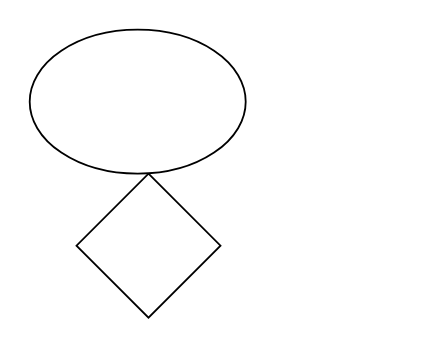
fpucorbier/test-drawio keeps this draw.io diagram as Diagramme sans nom.drawio. Above is the earlier version. Source tidied: cells renumbered, new cells numbered last; positions are measured from the earlier drawing's top-left corner, leaving out a move shared by most shapes. Both pictures are drawn from the tidied source at 180%, with x=0, y=0 at pixel (29, 29).
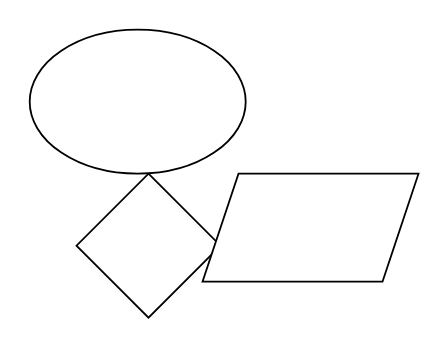
After the change.

Commit message (it also covers changes not shown here):
Mettre à jour Diagramme sans nom.drawio

Diff of the diagram source:
```diff
@@
 <mxGraphModel>
   <root>
     <mxCell id="0" />
     <mxCell id="1" parent="0" />
     <mxCell id="2" style="rhombus;whiteSpace=wrap;html=1;" parent="1" vertex="1">
       <mxGeometry x="26" y="80" width="80" height="80" as="geometry" />
     </mxCell>
     <mxCell id="3" style="ellipse;whiteSpace=wrap;html=1;" parent="1" vertex="1">
       <mxGeometry width="120" height="80" as="geometry" />
     </mxCell>
+    <mxCell id="4" style="shape=parallelogram;perimeter=parallelogramPerimeter;whiteSpace=wrap;html=1;fixedSize=1;" parent="1" vertex="1">
+      <mxGeometry x="96" y="80" width="120" height="60" as="geometry" />
+    </mxCell>
   </root>
 </mxGraphModel>
```
